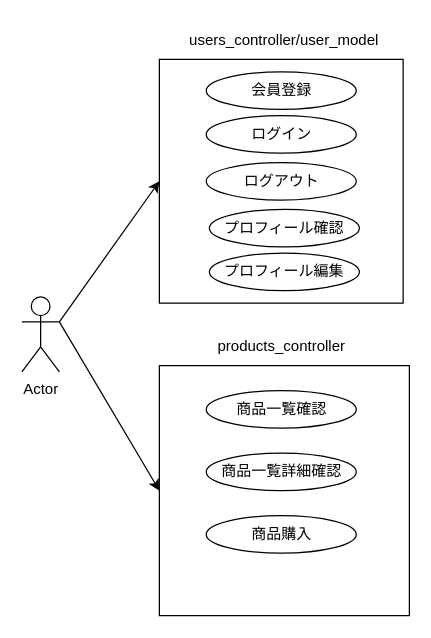
Earlier version of the draw.io diagram controller and model-diagram.drawio (casanova1502/beginner-simulation-case). Source tidied: cells renumbered, new cells numbered last; positions are measured from the earlier drawing's top-left corner, leaving out a move shared by most shapes. Both pictures are drawn from the tidied source at 125%, with x=0, y=0 at pixel (21, 21).
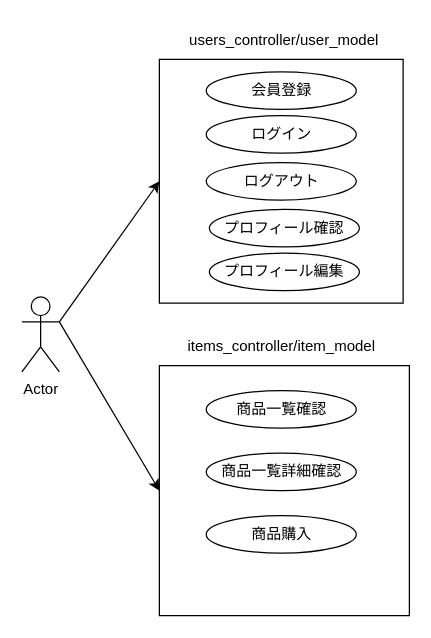
Above is the later version.

The edit, as a diff of the source:
```diff
@@
 <mxGraphModel>
   <root>
     <mxCell id="0" />
     <mxCell id="1" parent="0" />
     <mxCell id="2" style="whiteSpace=wrap;html=1;" parent="1" vertex="1">
       <mxGeometry x="110" y="275" width="200" height="200" as="geometry" />
     </mxCell>
     <mxCell id="3" style="edgeStyle=none;html=1;exitX=1;exitY=0.3333333333333333;exitDx=0;exitDy=0;exitPerimeter=0;entryX=0;entryY=0.5;entryDx=0;entryDy=0;" parent="1" edge="1" source="5" target="6">
       <mxGeometry relative="1" as="geometry" />
     </mxCell>
     <mxCell id="4" style="edgeStyle=none;html=1;exitX=1;exitY=0.3333333333333333;exitDx=0;exitDy=0;exitPerimeter=0;entryX=0;entryY=0.5;entryDx=0;entryDy=0;" parent="1" edge="1" source="5" target="2">
       <mxGeometry relative="1" as="geometry" />
     </mxCell>
     <mxCell id="5" value="Actor" style="shape=umlActor;verticalLabelPosition=bottom;verticalAlign=top;html=1;outlineConnect=0;" parent="1" vertex="1">
       <mxGeometry y="220" width="30" height="60" as="geometry" />
     </mxCell>
     <mxCell id="6" style="whiteSpace=wrap;html=1;" parent="1" vertex="1">
       <mxGeometry x="110" y="30" width="195" height="195" as="geometry" />
     </mxCell>
     <mxCell id="7" value="会員登録" style="ellipse;whiteSpace=wrap;html=1;" parent="1" vertex="1">
       <mxGeometry x="147.5" y="40" width="120" height="30" as="geometry" />
     </mxCell>
     <mxCell id="8" value="ログイン" style="ellipse;whiteSpace=wrap;html=1;" parent="1" vertex="1">
       <mxGeometry x="147.5" y="75" width="120" height="30" as="geometry" />
     </mxCell>
     <mxCell id="9" value="ログアウト" style="ellipse;whiteSpace=wrap;html=1;" parent="1" vertex="1">
       <mxGeometry x="147.5" y="112.5" width="120" height="30" as="geometry" />
     </mxCell>
     <mxCell id="10" value="商品一覧確認" style="ellipse;whiteSpace=wrap;html=1;" parent="1" vertex="1">
       <mxGeometry x="147.5" y="295" width="120" height="30" as="geometry" />
     </mxCell>
     <mxCell id="11" value="商品一覧詳細確認" style="ellipse;whiteSpace=wrap;html=1;" parent="1" vertex="1">
       <mxGeometry x="147.5" y="345" width="120" height="30" as="geometry" />
     </mxCell>
     <mxCell id="12" value="商品購入" style="ellipse;whiteSpace=wrap;html=1;" parent="1" vertex="1">
       <mxGeometry x="147.5" y="395" width="120" height="30" as="geometry" />
     </mxCell>
     <mxCell id="13" value="プロフィール確認" style="ellipse;whiteSpace=wrap;html=1;" parent="1" vertex="1">
       <mxGeometry x="150" y="150" width="120" height="30" as="geometry" />
     </mxCell>
     <mxCell id="14" value="プロフィール編集" style="ellipse;whiteSpace=wrap;html=1;" parent="1" vertex="1">
       <mxGeometry x="150" y="185" width="120" height="30" as="geometry" />
     </mxCell>
     <mxCell id="15" value="users_controller/user_model" style="text;html=1;align=center;verticalAlign=middle;whiteSpace=wrap;rounded=0;" parent="1" vertex="1">
       <mxGeometry x="140" width="140" height="30" as="geometry" />
     </mxCell>
-    <mxCell id="16" value="products_controller" style="text;html=1;align=center;verticalAlign=middle;whiteSpace=wrap;rounded=0;" parent="1" vertex="1">
+    <mxCell id="16" value="items_controller/item_model" style="text;html=1;align=center;verticalAlign=middle;whiteSpace=wrap;rounded=0;" parent="1" vertex="1">
       <mxGeometry x="142.5" y="245" width="130" height="30" as="geometry" />
     </mxCell>
   </root>
 </mxGraphModel>
```
